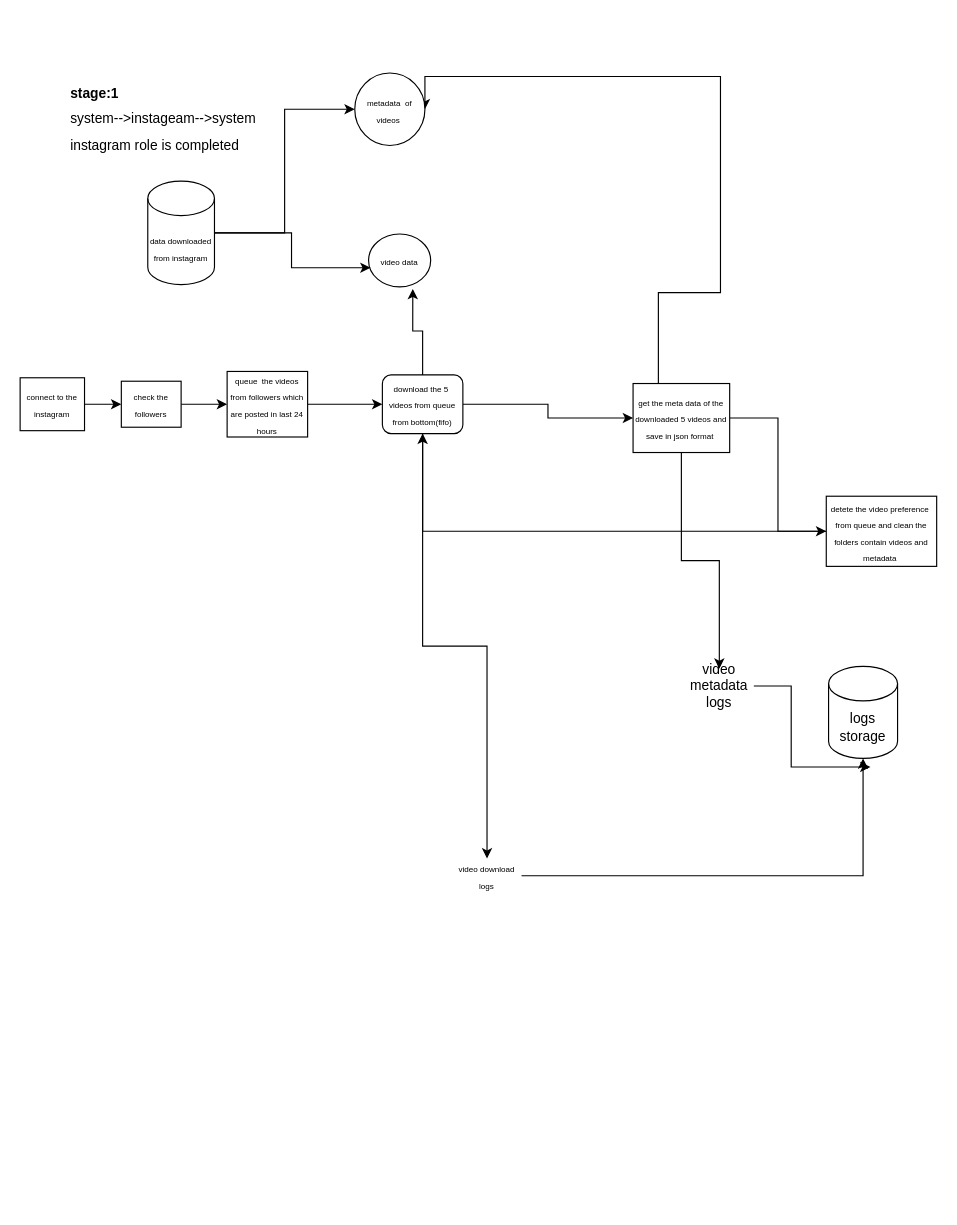
The draw.io diagram Ubasic_software_design.drawio in pavanyendluri588/fully_automated_instgram_to_youtube_meme_expoter, before the edit. Source tidied: cells renumbered, new cells numbered last; positions are measured from the earlier drawing's top-left corner, leaving out a move shared by most shapes. Both pictures are drawn from the tidied source at 115%, with x=0, y=0 at pixel (20, 72).
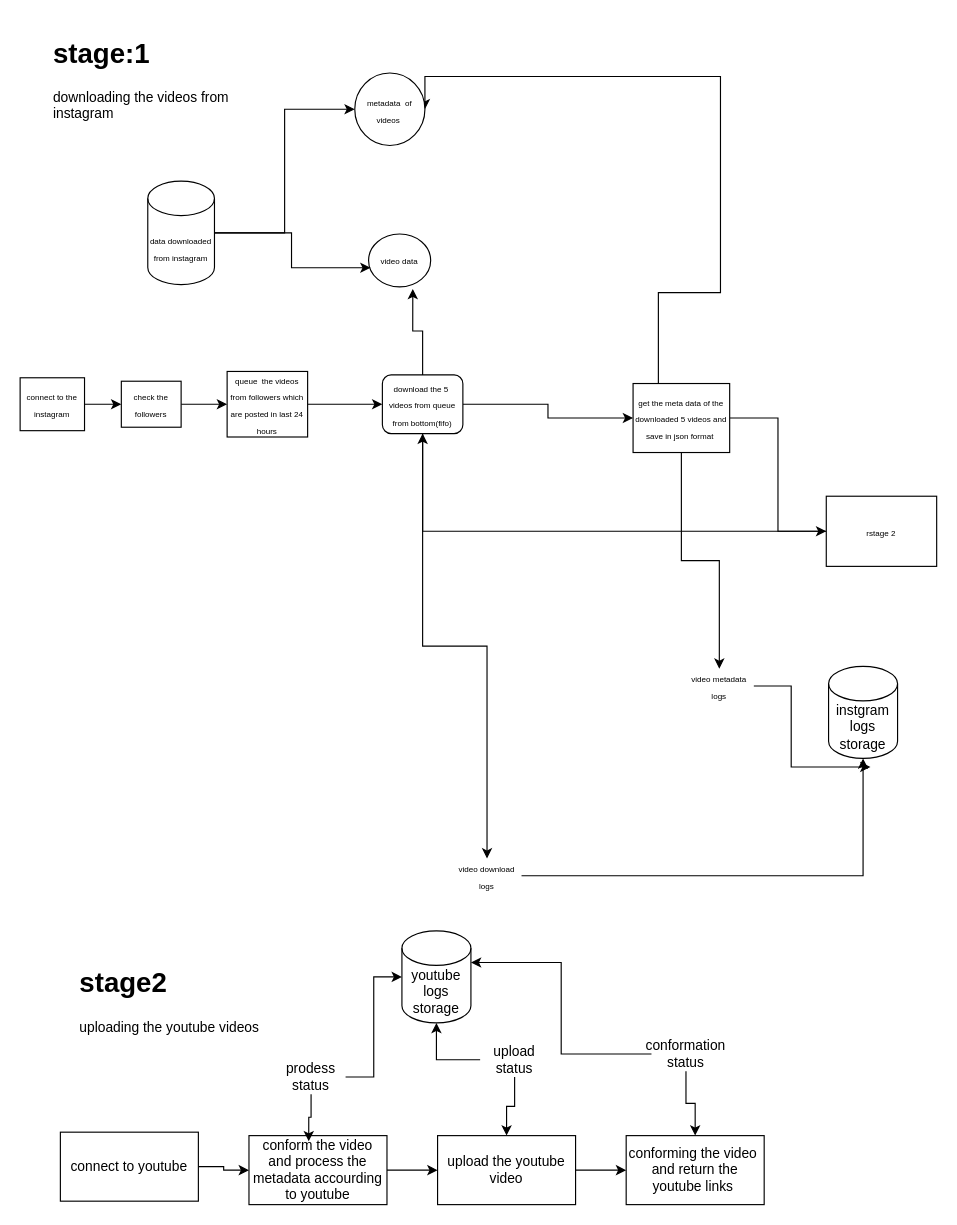
Above is the later version.

The edit, as a diff of the source:
```diff
@@
-    <mxCell id="6" value="logs storage" style="shape=cylinder3;whiteSpace=wrap;html=1;boundedLbl=1;backgroundOutline=1;size=15;fontSize=12;" parent="1" vertex="1">
+    <mxCell id="6" value="instgram logs storage" style="shape=cylinder3;whiteSpace=wrap;html=1;boundedLbl=1;backgroundOutline=1;size=15;fontSize=12;" parent="1" vertex="1">
       <mxGeometry x="703" y="516" width="60" height="80" as="geometry" />
     </mxCell>
@@
-    <mxCell id="22" value="video metadata logs" style="text;html=1;strokeColor=none;fillColor=none;align=center;verticalAlign=middle;whiteSpace=wrap;rounded=0;fontSize=12;" parent="1" vertex="1">
+    <mxCell id="22" value="&lt;font style=&quot;font-size: 7px;&quot;&gt;video metadata logs&lt;/font&gt;" style="text;html=1;strokeColor=none;fillColor=none;align=center;verticalAlign=middle;whiteSpace=wrap;rounded=0;fontSize=12;" parent="1" vertex="1">
       <mxGeometry x="578" y="518" width="60" height="30" as="geometry" />
     </mxCell>
@@
-    <mxCell id="24" value="&lt;h1 style=&quot;font-size: 12px;&quot;&gt;&lt;span style=&quot;background-color: initial; font-size: 12px;&quot;&gt;stage:1&lt;/span&gt;&lt;/h1&gt;&lt;h1 style=&quot;font-size: 12px;&quot;&gt;&lt;span style=&quot;font-size: 12px; font-weight: 400;&quot;&gt;system--&amp;gt;instageam--&amp;gt;system&lt;/span&gt;&lt;/h1&gt;&lt;div style=&quot;font-size: 12px;&quot;&gt;instagram role is completed&lt;/div&gt;" style="text;html=1;strokeColor=none;fillColor=none;spacing=5;spacingTop=-20;whiteSpace=wrap;overflow=hidden;rounded=0;fontSize=12;" parent="1" vertex="1">
-      <mxGeometry x="39" y="13" width="190" height="120" as="geometry" />
-    </mxCell>
@@
-    <mxCell id="28" value="&lt;font style=&quot;font-size: 7px;&quot;&gt;detete the video preference&amp;nbsp; from queue and clean the folders contain videos and metadata&amp;nbsp;&lt;/font&gt;" style="rounded=0;whiteSpace=wrap;html=1;" parent="1" vertex="1">
+    <mxCell id="28" value="&lt;font style=&quot;font-size: 7px;&quot;&gt;rstage 2&lt;/font&gt;" style="rounded=0;whiteSpace=wrap;html=1;" parent="1" vertex="1">
       <mxGeometry x="701" y="368" width="96" height="61" as="geometry" />
     </mxCell>
+    <mxCell id="29" value="&lt;h1&gt;stage2&lt;/h1&gt;&lt;div&gt;uploading the youtube videos&amp;nbsp;&lt;/div&gt;" style="text;html=1;strokeColor=none;fillColor=none;spacing=5;spacingTop=-20;whiteSpace=wrap;overflow=hidden;rounded=0;" parent="1" vertex="1">
+      <mxGeometry x="47" y="772" width="190" height="120" as="geometry" />
+    </mxCell>
+    <mxCell id="30" value="&lt;h1&gt;stage:1&lt;/h1&gt;&lt;p&gt;downloading the videos from instagram&lt;/p&gt;" style="text;html=1;strokeColor=none;fillColor=none;spacing=5;spacingTop=-20;whiteSpace=wrap;overflow=hidden;rounded=0;" parent="1" vertex="1">
+      <mxGeometry x="24" y="-36" width="190" height="120" as="geometry" />
+    </mxCell>
+    <mxCell id="31" style="edgeStyle=orthogonalEdgeStyle;rounded=0;jettySize=auto;html=1;" parent="1" edge="1" source="32" target="34">
+      <mxGeometry relative="1" as="geometry" />
+    </mxCell>
+    <mxCell id="32" value="connect to youtube" style="rounded=0;whiteSpace=wrap;html=1;" parent="1" vertex="1">
+      <mxGeometry x="35" y="921" width="120" height="60" as="geometry" />
+    </mxCell>
+    <mxCell id="33" style="edgeStyle=orthogonalEdgeStyle;rounded=0;jettySize=auto;html=1;" parent="1" edge="1" source="34" target="36">
+      <mxGeometry relative="1" as="geometry" />
+    </mxCell>
+    <mxCell id="34" value="conform the video and process the metadata accourding to youtube" style="rounded=0;whiteSpace=wrap;html=1;" parent="1" vertex="1">
+      <mxGeometry x="199" y="924" width="120" height="60" as="geometry" />
+    </mxCell>
+    <mxCell id="35" style="edgeStyle=orthogonalEdgeStyle;rounded=0;jettySize=auto;html=1;" parent="1" edge="1" source="36" target="37">
+      <mxGeometry relative="1" as="geometry" />
+    </mxCell>
+    <mxCell id="36" value="upload the youtube video" style="rounded=0;whiteSpace=wrap;html=1;" parent="1" vertex="1">
+      <mxGeometry x="363" y="924" width="120" height="60" as="geometry" />
+    </mxCell>
+    <mxCell id="37" value="conforming the video&amp;nbsp; and return the youtube links&amp;nbsp;" style="rounded=0;whiteSpace=wrap;html=1;" parent="1" vertex="1">
+      <mxGeometry x="527" y="924" width="120" height="60" as="geometry" />
+    </mxCell>
+    <mxCell id="38" value="youtube logs storage" style="shape=cylinder3;whiteSpace=wrap;html=1;boundedLbl=1;backgroundOutline=1;size=15;" parent="1" vertex="1">
+      <mxGeometry x="332" y="746" width="60" height="80" as="geometry" />
+    </mxCell>
+    <mxCell id="39" style="edgeStyle=orthogonalEdgeStyle;rounded=0;jettySize=auto;html=1;entryX=0;entryY=0.5;entryDx=0;entryDy=0;entryPerimeter=0;" parent="1" edge="1" source="40" target="38">
+      <mxGeometry relative="1" as="geometry" />
+    </mxCell>
+    <mxCell id="40" value="prodess status" style="text;html=1;strokeColor=none;fillColor=none;align=center;verticalAlign=middle;whiteSpace=wrap;rounded=0;" parent="1" vertex="1">
+      <mxGeometry x="223" y="858" width="60" height="30" as="geometry" />
+    </mxCell>
+    <mxCell id="41" style="edgeStyle=orthogonalEdgeStyle;rounded=0;jettySize=auto;html=1;" parent="1" edge="1" source="43" target="36">
+      <mxGeometry relative="1" as="geometry" />
+    </mxCell>
+    <mxCell id="42" style="edgeStyle=orthogonalEdgeStyle;rounded=0;jettySize=auto;html=1;" parent="1" edge="1" source="43" target="38">
+      <mxGeometry relative="1" as="geometry" />
+    </mxCell>
+    <mxCell id="43" value="upload status" style="text;html=1;strokeColor=none;fillColor=none;align=center;verticalAlign=middle;whiteSpace=wrap;rounded=0;" parent="1" vertex="1">
+      <mxGeometry x="400" y="843" width="60" height="30" as="geometry" />
+    </mxCell>
+    <mxCell id="44" style="edgeStyle=orthogonalEdgeStyle;rounded=0;jettySize=auto;html=1;" parent="1" edge="1" source="45" target="37">
+      <mxGeometry relative="1" as="geometry" />
+    </mxCell>
+    <mxCell id="45" value="conformation status" style="text;html=1;strokeColor=none;fillColor=none;align=center;verticalAlign=middle;whiteSpace=wrap;rounded=0;" parent="1" vertex="1">
+      <mxGeometry x="549" y="838" width="60" height="30" as="geometry" />
+    </mxCell>
+    <mxCell id="46" style="edgeStyle=orthogonalEdgeStyle;rounded=0;jettySize=auto;html=1;entryX=0.433;entryY=0.083;entryDx=0;entryDy=0;entryPerimeter=0;" parent="1" edge="1" source="40" target="34">
+      <mxGeometry relative="1" as="geometry" />
+    </mxCell>
+    <mxCell id="47" style="edgeStyle=orthogonalEdgeStyle;rounded=0;jettySize=auto;html=1;entryX=1;entryY=0;entryDx=0;entryDy=27.5;entryPerimeter=0;" parent="1" edge="1" source="45" target="38">
+      <mxGeometry relative="1" as="geometry" />
+    </mxCell>
```
